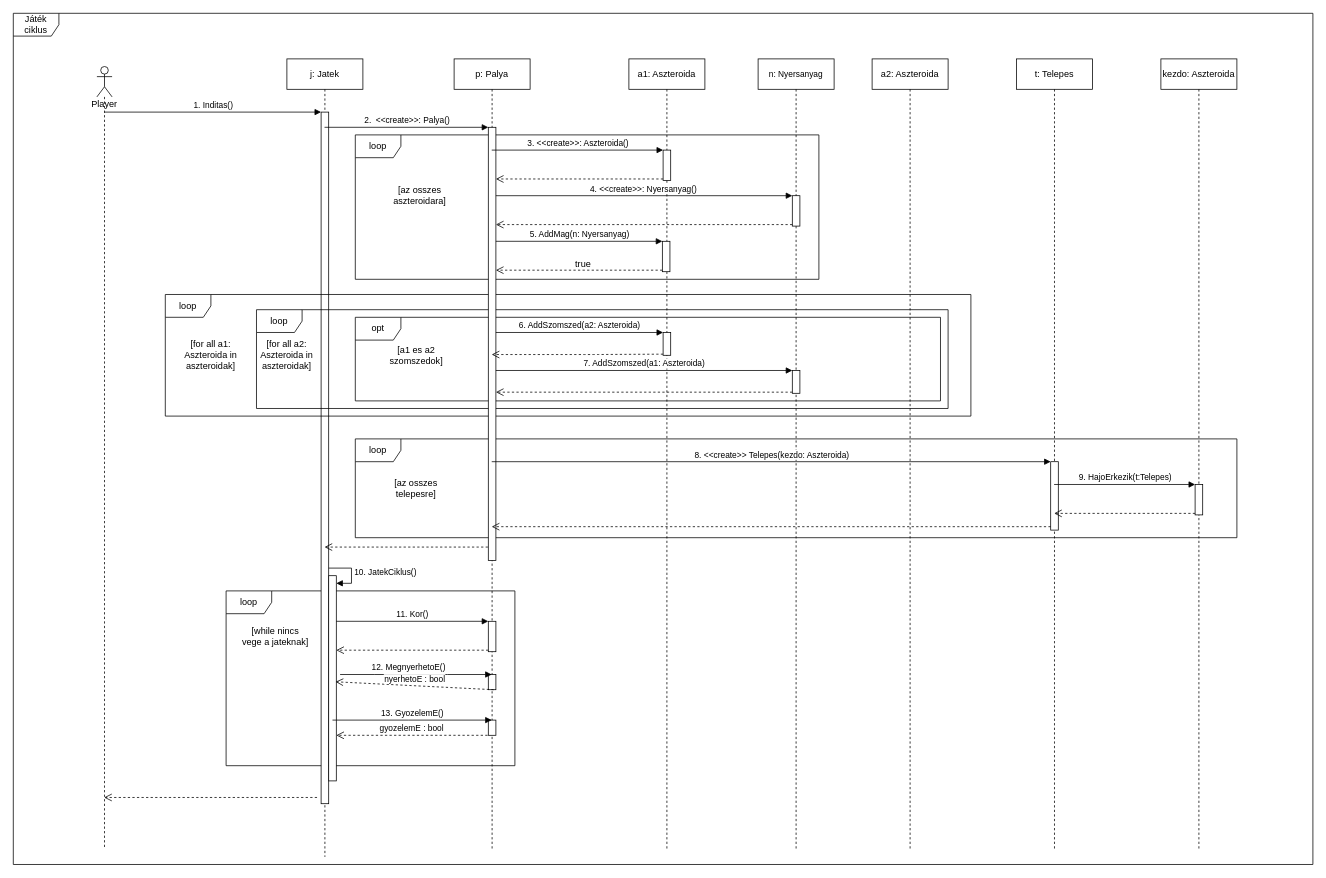
This is doc/uml/jatek_ciklus.drawio from torpeBoiGo/aszteroidabanyaszat, a draw.io file, before an edit. Source tidied: cells renumbered, new cells numbered last; positions are measured from the earlier drawing's top-left corner, leaving out a move shared by most shapes. Both pictures are drawn from the tidied source at 76%, with x=0, y=0 at pixel (13, 13).
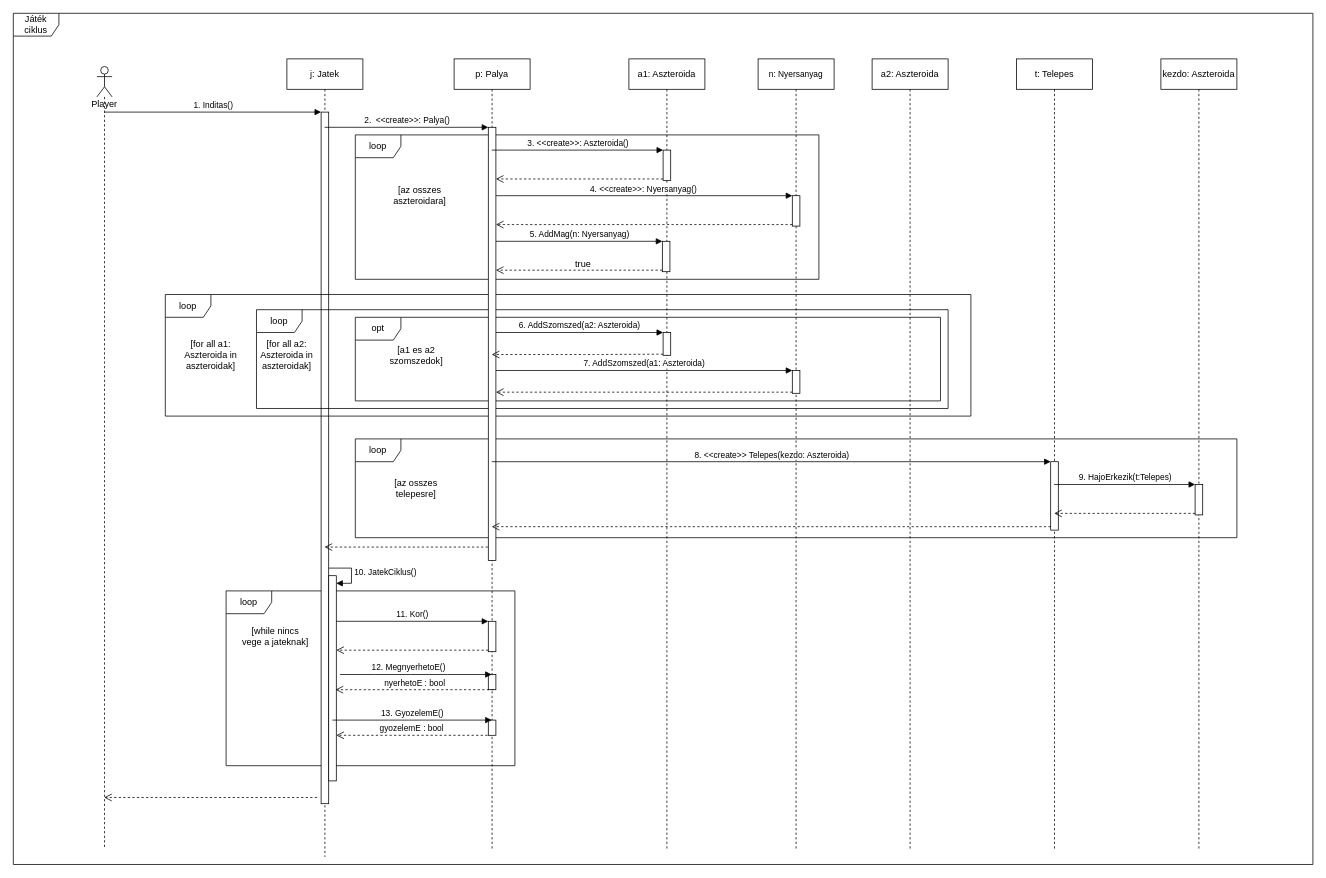
After the change.

Commit message:
Nyíl igazítás

The change refers to these unchanged cells:
```xml
<mxCell id="6" style="html=1;points=[];perimeter=orthogonalPerimeter;" parent="4" vertex="1">
  <mxGeometry x="55" y="680" width="10" height="270" as="geometry" />
</mxCell>
<mxCell id="20" style="html=1;points=[];perimeter=orthogonalPerimeter;" parent="17" vertex="1">
  <mxGeometry x="45" y="810" width="10" height="20" as="geometry" />
</mxCell>
```

What changed in the source:
```diff
@@
-    <mxCell id="56" value="nyerhetoE : bool" style="html=1;verticalAlign=bottom;endArrow=open;dashed=1;endSize=8;entryX=0.9;entryY=0.517;entryDx=0;entryDy=0;entryPerimeter=0;exitX=0.7;exitY=1;exitDx=0;exitDy=0;exitPerimeter=0;" parent="1" edge="1" source="20" target="6">
-      <mxGeometry relative="1" as="geometry" />
+    <mxCell id="56" value="nyerhetoE : bool" style="html=1;verticalAlign=bottom;endArrow=open;dashed=1;endSize=8;exitX=0.7;exitY=1;exitDx=0;exitDy=0;exitPerimeter=0;" parent="1" edge="1" source="20">
+      <mxGeometry relative="1" as="geometry">
+        <mxPoint x="424" y="890" as="targetPoint" />
+      </mxGeometry>
     </mxCell>
```
